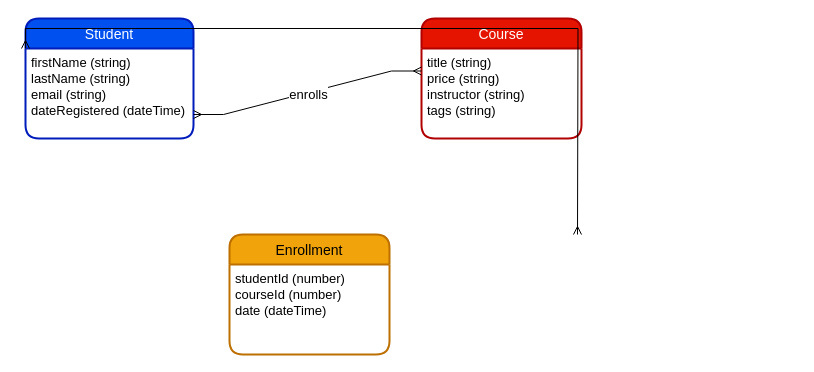
This is students-courses/Diagram.drawio from HusseinMoHu/ERD-Playground, a draw.io file, before an edit. Source tidied: cells renumbered, new cells numbered last; positions are measured from the earlier drawing's top-left corner, leaving out a move shared by most shapes. Both pictures are drawn from the tidied source at 100%, with x=0, y=0 at pixel (25, 18).
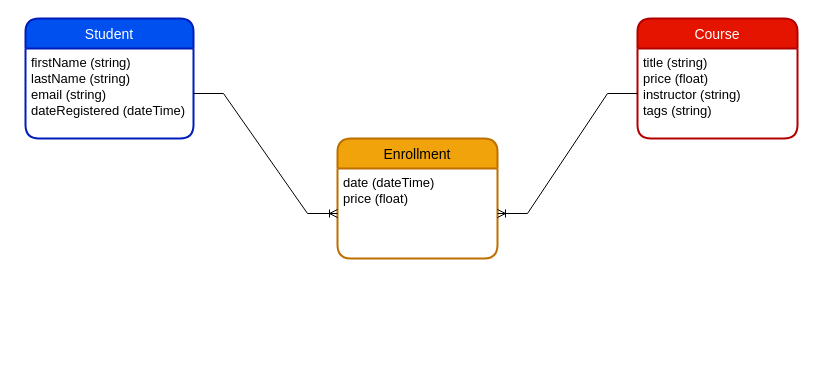
The same page after the edit.

Commit message:
Logical model

Diff of the diagram source:
```diff
@@
 <mxGraphModel>
   <root>
     <mxCell id="0" />
     <mxCell id="1" parent="0" />
     <mxCell id="2" value="Student" style="swimlane;horizontal=1;startSize=30;rounded=1;fontSize=14;fontStyle=0;strokeWidth=2;shadow=0;dashed=0;align=center;fillColor=#0050ef;fontColor=#ffffff;strokeColor=#001DBC;gradientColor=none;swimlaneFillColor=default;perimeterSpacing=0;" parent="1" vertex="1">
       <mxGeometry width="168" height="120" as="geometry" />
     </mxCell>
     <mxCell id="3" value="firstName (string)&#10;lastName (string)&#10;email (string)&#10;dateRegistered (dateTime)" style="align=left;strokeColor=none;fillColor=none;spacingLeft=4;fontSize=13;verticalAlign=top;" parent="2" vertex="1">
       <mxGeometry y="30" width="168" height="90" as="geometry" />
     </mxCell>
     <mxCell id="4" value="Course" style="swimlane;horizontal=1;startSize=30;rounded=1;fontSize=14;fontStyle=0;strokeWidth=2;shadow=0;dashed=0;align=center;fillColor=#e51400;fontColor=#ffffff;strokeColor=#B20000;swimlaneFillColor=default;" parent="1" vertex="1">
-      <mxGeometry x="396" width="160" height="120" as="geometry" />
+      <mxGeometry x="612" width="160" height="120" as="geometry" />
     </mxCell>
-    <mxCell id="5" value="title (string)&#10;price (string)&#10;instructor (string)&#10;tags (string)" style="align=left;strokeColor=none;fillColor=none;spacingLeft=4;fontSize=13;verticalAlign=top;" parent="4" vertex="1">
+    <mxCell id="5" value="title (string)&#10;price (float)&#10;instructor (string)&#10;tags (string)" style="align=left;strokeColor=none;fillColor=none;spacingLeft=4;fontSize=13;verticalAlign=top;" parent="4" vertex="1">
       <mxGeometry y="30" width="160" height="90" as="geometry" />
     </mxCell>
-    <mxCell id="6" style="edgeStyle=entityRelationEdgeStyle;fontSize=12;html=1;endArrow=ERmany;startArrow=ERmany;rounded=0;entryX=0;entryY=0.25;entryDx=0;entryDy=0;" parent="1" edge="1" target="5">
-      <mxGeometry relative="1" as="geometry">
-        <mxPoint x="168" y="96" as="sourcePoint" />
-      </mxGeometry>
-    </mxCell>
-    <mxCell id="7" value="enrolls" style="edgeLabel;html=1;align=center;verticalAlign=middle;fontSize=13;" parent="6" vertex="1">
-      <mxGeometry y="-1" relative="1" as="geometry" />
-    </mxCell>
     <mxCell id="8" value="Enrollment" style="swimlane;horizontal=1;startSize=30;rounded=1;fontSize=14;fontStyle=0;strokeWidth=2;shadow=0;dashed=0;align=center;fillColor=#f0a30a;fontColor=#000000;strokeColor=#BD7000;" parent="1" vertex="1">
-      <mxGeometry x="204" y="216" width="160" height="120" as="geometry" />
+      <mxGeometry x="312" y="120" width="160" height="120" as="geometry" />
     </mxCell>
-    <mxCell id="9" value="studentId (number)&#10;courseId (number)&#10;date (dateTime)&#10;" style="align=left;strokeColor=none;fillColor=none;spacingLeft=4;fontSize=13;verticalAlign=top;" parent="8" vertex="1">
+    <mxCell id="9" value="date (dateTime)&#10;price (float)" style="align=left;strokeColor=none;fillColor=none;spacingLeft=4;fontSize=13;verticalAlign=top;" parent="8" vertex="1">
       <mxGeometry y="30" width="160" height="90" as="geometry" />
     </mxCell>
-    <mxCell id="10" style="edgeStyle=orthogonalEdgeStyle;rounded=0;jettySize=auto;html=1;exitX=0;exitY=0;exitDx=0;exitDy=0;fontSize=13;startArrow=ERmany;startFill=0;endArrow=ERmany;endFill=0;" parent="1" edge="1" source="3">
-      <mxGeometry relative="1" as="geometry">
-        <mxPoint x="552" y="216" as="targetPoint" />
-      </mxGeometry>
-    </mxCell>
+    <mxCell id="11" style="edgeStyle=entityRelationEdgeStyle;fontSize=12;html=1;endArrow=ERoneToMany;rounded=0;" parent="1" edge="1" source="3" target="9">
+      <mxGeometry relative="1" as="geometry" />
+    </mxCell>
+    <mxCell id="12" style="edgeStyle=entityRelationEdgeStyle;fontSize=12;html=1;endArrow=ERoneToMany;rounded=0;" parent="1" edge="1" source="5" target="9">
+      <mxGeometry relative="1" as="geometry" />
+    </mxCell>
   </root>
 </mxGraphModel>
```
